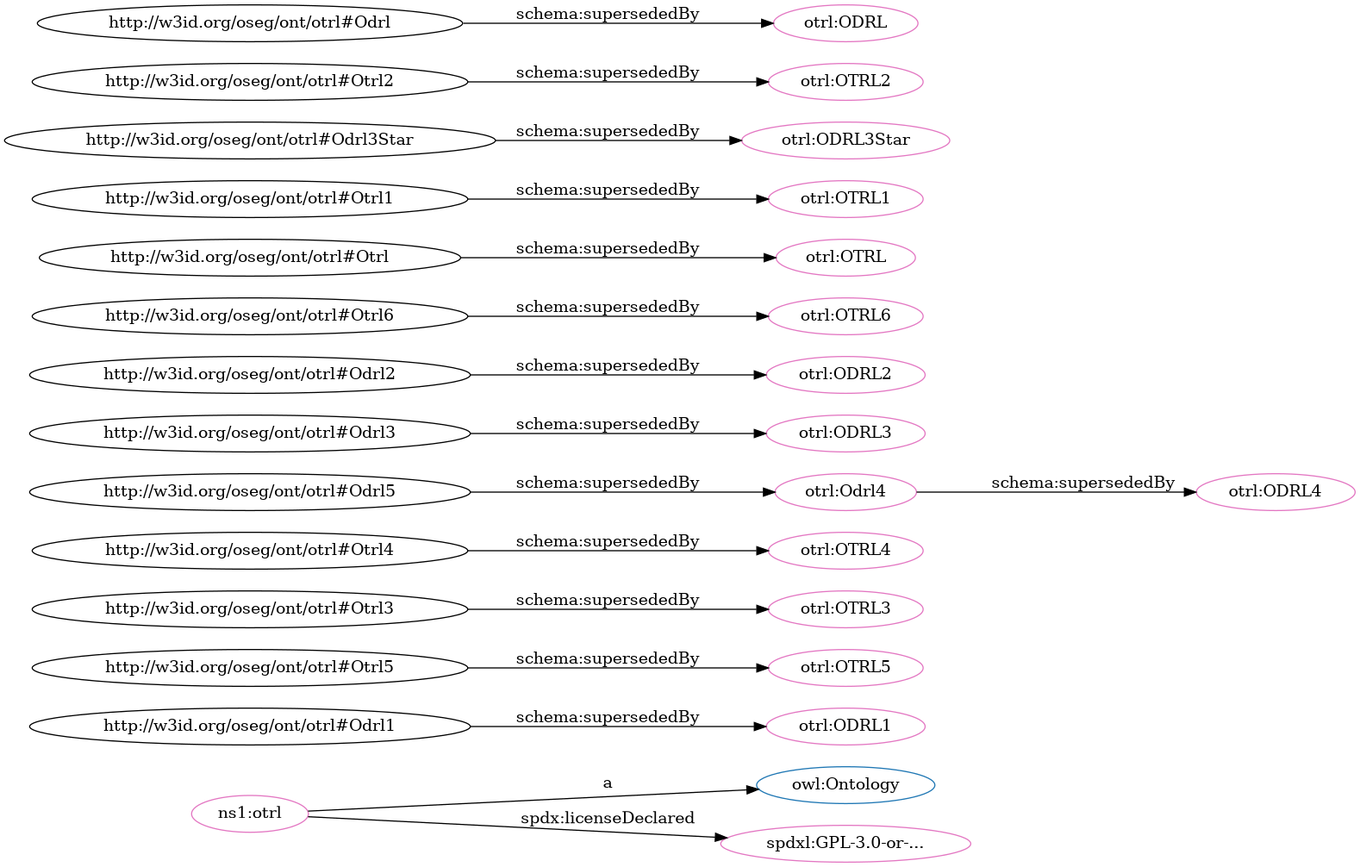
The Graphviz diagram src/spec/dot_otrl_deprecated.png in iop-alliance/OpenKnowHow, before a commit. Its source is kept beside it as src/spec/dot_otrl_deprecated.dot.
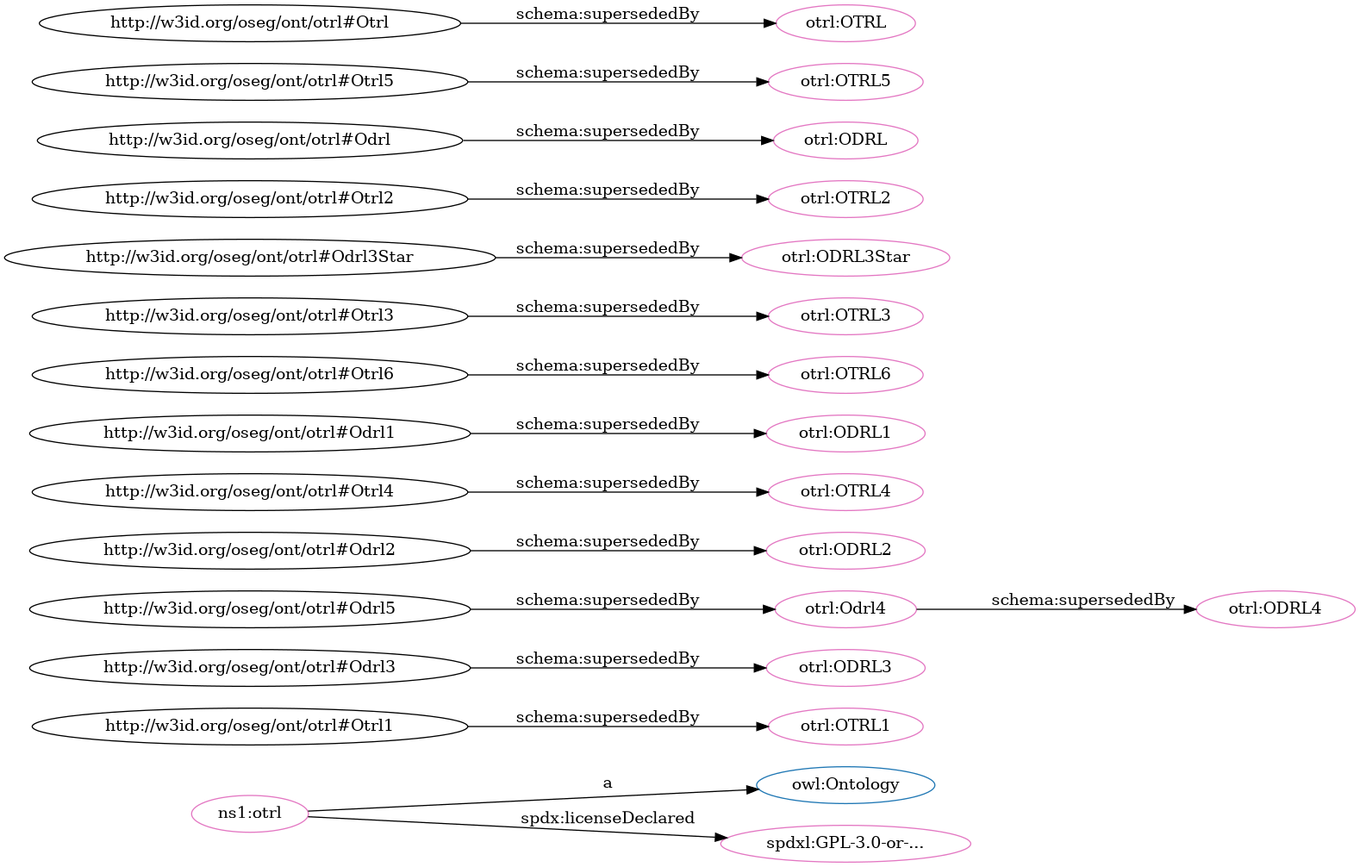
The same file after the commit.

Change to the diagram source:
```diff
@@ -2,36 +2,36 @@
   rankdir=BT
   node[height=.3]
 "http://www.w3.org/2002/07/owl#Ontology" [fillcolor="#1f77b4" color="#1f77b4" label="owl:Ontology"]
-"http://w3id.org/oseg/ont/otrl#ODRL1" [fillcolor="#e377c2" color="#e377c2" label="otrl:ODRL1"]
-"http://w3id.org/oseg/ont/otrl#OTRL5" [fillcolor="#e377c2" color="#e377c2" label="otrl:OTRL5"]
-"http://w3id.org/oseg/ont/otrl#OTRL3" [fillcolor="#e377c2" color="#e377c2" label="otrl:OTRL3"]
-"http://w3id.org/oseg/ont/otrl#OTRL4" [fillcolor="#e377c2" color="#e377c2" label="otrl:OTRL4"]
-"http://w3id.org/oseg/ont/otrl#Odrl4" [fillcolor="#e377c2" color="#e377c2" label="otrl:Odrl4"]
+"http://w3id.org/oseg/ont/otrl#OTRL1" [fillcolor="#e377c2" color="#e377c2" label="otrl:OTRL1"]
 "http://w3id.org/oseg/ont/otrl#ODRL3" [fillcolor="#e377c2" color="#e377c2" label="otrl:ODRL3"]
 "http://w3id.org/oseg/ont/otrl#ODRL4" [fillcolor="#e377c2" color="#e377c2" label="otrl:ODRL4"]
 "http://w3id.org/oseg/ont/otrl#ODRL2" [fillcolor="#e377c2" color="#e377c2" label="otrl:ODRL2"]
+"http://w3id.org/oseg/ont/otrl#OTRL4" [fillcolor="#e377c2" color="#e377c2" label="otrl:OTRL4"]
+"http://w3id.org/oseg/ont/otrl#ODRL1" [fillcolor="#e377c2" color="#e377c2" label="otrl:ODRL1"]
 "http://w3id.org/oseg/ont/otrl#OTRL6" [fillcolor="#e377c2" color="#e377c2" label="otrl:OTRL6"]
+"http://spdx.org/licenses/GPL-3.0-or-later" [fillcolor="#e377c2" color="#e377c2" label="spdxl:GPL-3.0-or-..."]
+"http://w3id.org/oseg/ont/otrl#OTRL3" [fillcolor="#e377c2" color="#e377c2" label="otrl:OTRL3"]
+"http://w3id.org/oseg/ont/otrl#ODRL3Star" [fillcolor="#e377c2" color="#e377c2" label="otrl:ODRL3Star"]
+"http://w3id.org/oseg/ont/otrl#OTRL2" [fillcolor="#e377c2" color="#e377c2" label="otrl:OTRL2"]
+"http://w3id.org/oseg/ont/otrl" [fillcolor="#e377c2" color="#e377c2" label="ns1:otrl"]
+"http://w3id.org/oseg/ont/otrl#ODRL" [fillcolor="#e377c2" color="#e377c2" label="otrl:ODRL"]
+"http://w3id.org/oseg/ont/otrl#Odrl4" [fillcolor="#e377c2" color="#e377c2" label="otrl:Odrl4"]
+"http://w3id.org/oseg/ont/otrl#OTRL5" [fillcolor="#e377c2" color="#e377c2" label="otrl:OTRL5"]
 "http://w3id.org/oseg/ont/otrl#OTRL" [fillcolor="#e377c2" color="#e377c2" label="otrl:OTRL"]
-"http://spdx.org/licenses/GPL-3.0-or-later" [fillcolor="#e377c2" color="#e377c2" label="spdxl:GPL-3.0-or-..."]
-"http://w3id.org/oseg/ont/otrl#OTRL1" [fillcolor="#e377c2" color="#e377c2" label="otrl:OTRL1"]
-"http://w3id.org/oseg/ont/otrl#ODRL3Star" [fillcolor="#e377c2" color="#e377c2" label="otrl:ODRL3Star"]
-"http://w3id.org/oseg/ont/otrl" [fillcolor="#e377c2" color="#e377c2" label="ns1:otrl"]
-"http://w3id.org/oseg/ont/otrl#OTRL2" [fillcolor="#e377c2" color="#e377c2" label="otrl:OTRL2"]
-"http://w3id.org/oseg/ont/otrl#ODRL" [fillcolor="#e377c2" color="#e377c2" label="otrl:ODRL"]
-  "http://w3id.org/oseg/ont/otrl#Odrl1" -> "http://w3id.org/oseg/ont/otrl#ODRL1" [label="schema:supersededBy"]
-  "http://w3id.org/oseg/ont/otrl#Otrl5" -> "http://w3id.org/oseg/ont/otrl#OTRL5" [label="schema:supersededBy"]
-  "http://w3id.org/oseg/ont/otrl#Otrl3" -> "http://w3id.org/oseg/ont/otrl#OTRL3" [label="schema:supersededBy"]
-  "http://w3id.org/oseg/ont/otrl#Otrl4" -> "http://w3id.org/oseg/ont/otrl#OTRL4" [label="schema:supersededBy"]
-  "http://w3id.org/oseg/ont/otrl#Odrl5" -> "http://w3id.org/oseg/ont/otrl#Odrl4" [label="schema:supersededBy"]
+  "http://w3id.org/oseg/ont/otrl#Otrl1" -> "http://w3id.org/oseg/ont/otrl#OTRL1" [label="schema:supersededBy"]
   "http://w3id.org/oseg/ont/otrl#Odrl3" -> "http://w3id.org/oseg/ont/otrl#ODRL3" [label="schema:supersededBy"]
   "http://w3id.org/oseg/ont/otrl#Odrl4" -> "http://w3id.org/oseg/ont/otrl#ODRL4" [label="schema:supersededBy"]
   "http://w3id.org/oseg/ont/otrl#Odrl2" -> "http://w3id.org/oseg/ont/otrl#ODRL2" [label="schema:supersededBy"]
+  "http://w3id.org/oseg/ont/otrl#Otrl4" -> "http://w3id.org/oseg/ont/otrl#OTRL4" [label="schema:supersededBy"]
+  "http://w3id.org/oseg/ont/otrl#Odrl1" -> "http://w3id.org/oseg/ont/otrl#ODRL1" [label="schema:supersededBy"]
   "http://w3id.org/oseg/ont/otrl#Otrl6" -> "http://w3id.org/oseg/ont/otrl#OTRL6" [label="schema:supersededBy"]
+  "http://w3id.org/oseg/ont/otrl#Otrl3" -> "http://w3id.org/oseg/ont/otrl#OTRL3" [label="schema:supersededBy"]
+  "http://w3id.org/oseg/ont/otrl" -> "http://spdx.org/licenses/GPL-3.0-or-later" [label="spdx:licenseDeclared"]
+  "http://w3id.org/oseg/ont/otrl#Odrl3Star" -> "http://w3id.org/oseg/ont/otrl#ODRL3Star" [label="schema:supersededBy"]
+  "http://w3id.org/oseg/ont/otrl#Otrl2" -> "http://w3id.org/oseg/ont/otrl#OTRL2" [label="schema:supersededBy"]
+  "http://w3id.org/oseg/ont/otrl" -> "http://www.w3.org/2002/07/owl#Ontology" [label="a"]
   "http://w3id.org/oseg/ont/otrl#Odrl" -> "http://w3id.org/oseg/ont/otrl#ODRL" [label="schema:supersededBy"]
+  "http://w3id.org/oseg/ont/otrl#Odrl5" -> "http://w3id.org/oseg/ont/otrl#Odrl4" [label="schema:supersededBy"]
+  "http://w3id.org/oseg/ont/otrl#Otrl5" -> "http://w3id.org/oseg/ont/otrl#OTRL5" [label="schema:supersededBy"]
   "http://w3id.org/oseg/ont/otrl#Otrl" -> "http://w3id.org/oseg/ont/otrl#OTRL" [label="schema:supersededBy"]
-  "http://w3id.org/oseg/ont/otrl" -> "http://spdx.org/licenses/GPL-3.0-or-later" [label="spdx:licenseDeclared"]
-  "http://w3id.org/oseg/ont/otrl#Otrl1" -> "http://w3id.org/oseg/ont/otrl#OTRL1" [label="schema:supersededBy"]
-  "http://w3id.org/oseg/ont/otrl#Odrl3Star" -> "http://w3id.org/oseg/ont/otrl#ODRL3Star" [label="schema:supersededBy"]
-  "http://w3id.org/oseg/ont/otrl" -> "http://www.w3.org/2002/07/owl#Ontology" [label="a"]
-  "http://w3id.org/oseg/ont/otrl#Otrl2" -> "http://w3id.org/oseg/ont/otrl#OTRL2" [label="schema:supersededBy"]
 }
```
